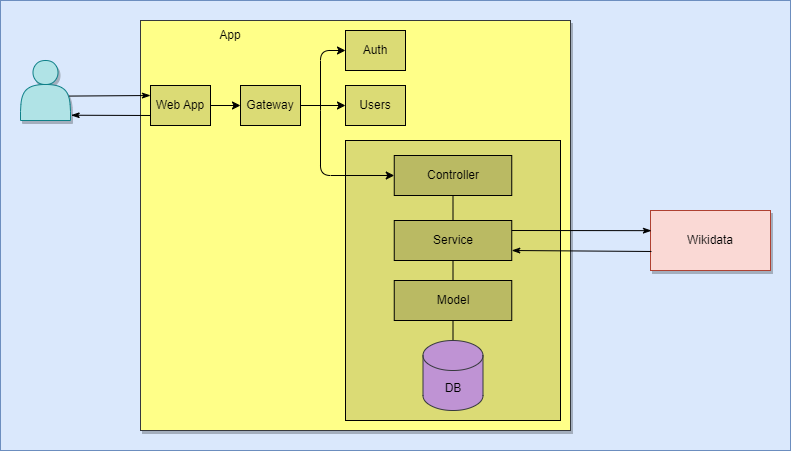
Arquisoft/wiq_es05b keeps this draw.io diagram as docs/images/05_level3.drawio.png. Above is the earlier version. Source tidied: cells renumbered, new cells last; positions are measured from the earlier drawing's top-left corner, leaving out a move shared by most shapes.
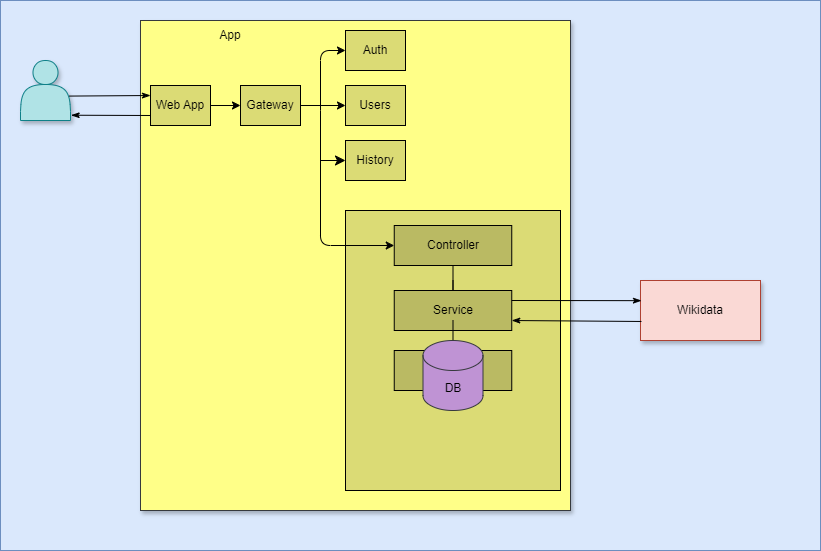
Later version of the same file.

Change to the diagram source:
```diff
@@ -3,16 +3,16 @@
     <mxCell id="0" />
     <mxCell id="1" parent="0" />
     <mxCell id="2" style="rounded=0;whiteSpace=wrap;html=1;fillColor=#dae8fc;strokeColor=#6c8ebf;" parent="1" vertex="1">
-      <mxGeometry width="790" height="450" as="geometry" />
+      <mxGeometry width="820" height="550" as="geometry" />
     </mxCell>
     <mxCell id="3" style="shape=actor;whiteSpace=wrap;html=1;fillColor=#b0e3e6;strokeColor=#0e8088;shadow=1;" parent="1" vertex="1">
       <mxGeometry x="20" y="60" width="50" height="60" as="geometry" />
     </mxCell>
     <mxCell id="4" style="whiteSpace=wrap;html=1;fillColor=#ffff88;strokeColor=#36393d;shadow=1;" parent="1" vertex="1">
-      <mxGeometry x="140" y="20" width="430" height="410" as="geometry" />
+      <mxGeometry x="140" y="20" width="430" height="490" as="geometry" />
     </mxCell>
     <mxCell id="5" value="Wikidata" style="whiteSpace=wrap;html=1;fillColor=#fad9d5;strokeColor=#ae4132;shadow=1;" parent="1" vertex="1">
-      <mxGeometry x="650" y="210" width="120" height="60" as="geometry" />
+      <mxGeometry x="640" y="280" width="120" height="60" as="geometry" />
     </mxCell>
     <mxCell id="6" style="edgeStyle=none;html=1;exitX=1;exitY=0.5;exitDx=0;exitDy=0;" parent="1" edge="1" source="7" target="9">
       <mxGeometry relative="1" as="geometry" />
@@ -27,7 +27,7 @@
       <mxGeometry x="345" y="85" width="60" height="40" as="geometry" />
     </mxCell>
     <mxCell id="10" style="rounded=0;whiteSpace=wrap;html=1;fillColor=#DBDB75;" parent="1" vertex="1">
-      <mxGeometry x="345" y="140" width="215" height="280" as="geometry" />
+      <mxGeometry x="345" y="210" width="215" height="280" as="geometry" />
     </mxCell>
     <mxCell id="11" style="edgeStyle=none;html=1;exitX=1;exitY=0.5;exitDx=0;exitDy=0;" parent="1" edge="1" source="14" target="7">
       <mxGeometry relative="1" as="geometry" />
@@ -53,7 +53,7 @@
       <mxGeometry relative="1" as="geometry">
         <mxPoint x="320" y="110" as="sourcePoint" />
         <Array as="points">
-          <mxPoint x="320" y="175" />
+          <mxPoint x="320" y="245" />
         </Array>
       </mxGeometry>
     </mxCell>
@@ -64,7 +64,7 @@
       <mxGeometry relative="1" as="geometry" />
     </mxCell>
     <mxCell id="19" value="Controller&lt;span style=&quot;color: rgba(0, 0, 0, 0); font-family: monospace; font-size: 0px; text-align: start;&quot;&gt;%3CmxGraphModel%3E%3Croot%3E%3CmxCell%20id%3D%220%22%2F%3E%3CmxCell%20id%3D%221%22%20parent%3D%220%22%2F%3E%3CmxCell%20id%3D%222%22%20value%3D%22Web%20App%22%20style%3D%22rounded%3D0%3BwhiteSpace%3Dwrap%3Bhtml%3D1%3BfillColor%3D%23DBDB75%3B%22%20vertex%3D%221%22%20parent%3D%221%22%3E%3CmxGeometry%20x%3D%22-950%22%20y%3D%2295%22%20width%3D%2260%22%20height%3D%2240%22%20as%3D%22geometry%22%2F%3E%3C%2FmxCell%3E%3C%2Froot%3E%3C%2FmxGraphModel%3&lt;/span&gt;" style="rounded=0;whiteSpace=wrap;html=1;fillColor=#BABA63;" parent="1" vertex="1">
-      <mxGeometry x="393.8" y="155" width="117.5" height="40" as="geometry" />
+      <mxGeometry x="393.8" y="225" width="117.5" height="40" as="geometry" />
     </mxCell>
     <mxCell id="20" style="edgeStyle=none;html=1;exitX=0.5;exitY=1;exitDx=0;exitDy=0;endArrow=none;endFill=0;" parent="1" edge="1" source="21">
       <mxGeometry relative="1" as="geometry">
@@ -72,7 +72,7 @@
       </mxGeometry>
     </mxCell>
     <mxCell id="21" value="Service" style="rounded=0;whiteSpace=wrap;html=1;fillColor=#BABA63;" parent="1" vertex="1">
-      <mxGeometry x="393.8" y="220" width="117.5" height="40" as="geometry" />
+      <mxGeometry x="393.8" y="290" width="117.5" height="40" as="geometry" />
     </mxCell>
     <mxCell id="22" style="edgeStyle=none;html=1;exitX=0.5;exitY=1;exitDx=0;exitDy=0;endArrow=none;endFill=0;" parent="1" edge="1" target="26">
       <mxGeometry relative="1" as="geometry">
@@ -89,11 +89,19 @@
       <mxGeometry relative="1" as="geometry" />
     </mxCell>
     <mxCell id="26" value="Model" style="rounded=0;whiteSpace=wrap;html=1;fillColor=#BABA63;" parent="1" vertex="1">
-      <mxGeometry x="393.8" y="280" width="117.5" height="40" as="geometry" />
+      <mxGeometry x="393.8" y="350" width="117.5" height="40" as="geometry" />
     </mxCell>
     <mxCell id="27" value="DB" style="shape=cylinder3;whiteSpace=wrap;html=1;boundedLbl=1;backgroundOutline=1;size=15;fillColor=#BF93D4;strokeColor=#36393d;" parent="1" vertex="1">
       <mxGeometry x="422.5" y="340" width="60" height="70" as="geometry" />
     </mxCell>
+    <mxCell id="29" value="History" style="rounded=0;whiteSpace=wrap;html=1;fillColor=#DBDB75;" parent="1" vertex="1">
+      <mxGeometry x="345" y="140" width="60" height="40" as="geometry" />
+    </mxCell>
+    <mxCell id="30" style="endArrow=classic;html=1;rounded=0;fontSize=12;startSize=8;endSize=8;curved=1;entryX=0;entryY=0.5;entryDx=0;entryDy=0;" parent="1" edge="1" target="29">
+      <mxGeometry relative="1" as="geometry">
+        <mxPoint x="320" y="160" as="sourcePoint" />
+      </mxGeometry>
+    </mxCell>
     <mxCell id="28" value="Diagram" parent="0" />
   </root>
 </mxGraphModel>
```
